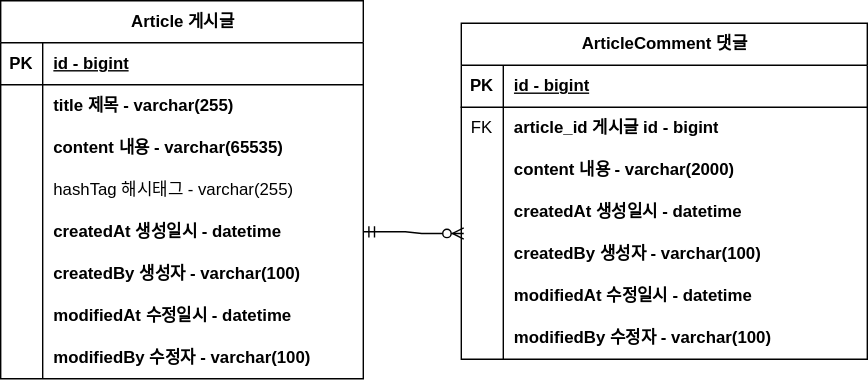
bluesyy/fastcampus-project-board keeps this draw.io diagram as document/project-board-erd.svg. Above is the earlier version. Source tidied: cells renumbered, new cells last; positions are measured from the earlier drawing's top-left corner, leaving out a move shared by most shapes.
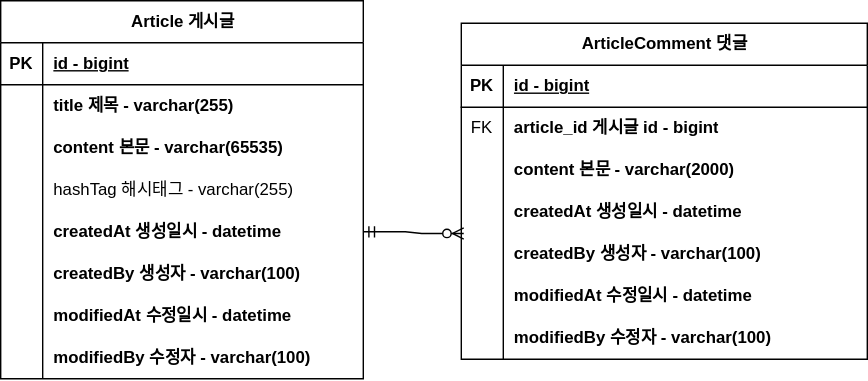
The same file after the commit.

Commit message:
#9 ERD 주석 업데이트 project-board-erd.svg

Change to the diagram source:
```diff
@@ -29,7 +29,7 @@
     <mxCell id="10" style="shape=partialRectangle;fillColor=none;top=0;left=0;bottom=0;right=0;overflow=hidden;whiteSpace=wrap;html=1;" parent="9" vertex="1">
       <mxGeometry width="30" height="30" as="geometry" />
     </mxCell>
-    <mxCell id="11" value="content 내용 - varchar(65535)" style="shape=partialRectangle;fillColor=none;top=0;left=0;bottom=0;right=0;align=left;spacingLeft=6;overflow=hidden;whiteSpace=wrap;html=1;fontStyle=1;" parent="9" vertex="1">
+    <mxCell id="11" value="content 본문 - varchar(65535)" style="shape=partialRectangle;fillColor=none;top=0;left=0;bottom=0;right=0;align=left;spacingLeft=6;overflow=hidden;whiteSpace=wrap;html=1;fontStyle=1;" parent="9" vertex="1">
       <mxGeometry x="30" width="229" height="30" as="geometry" />
     </mxCell>
     <mxCell id="12" style="shape=tableRow;horizontal=0;startSize=0;swimlaneHead=0;swimlaneBody=0;fillColor=none;top=0;left=0;right=0;bottom=0;" parent="2" vertex="1">
@@ -104,7 +104,7 @@
     <mxCell id="35" style="shape=partialRectangle;fillColor=none;top=0;left=0;bottom=0;right=0;overflow=hidden;whiteSpace=wrap;html=1;" parent="34" vertex="1">
       <mxGeometry width="30" height="30" as="geometry" />
     </mxCell>
-    <mxCell id="36" value="content 내용 - varchar(2000)" style="shape=partialRectangle;fillColor=none;top=0;left=0;bottom=0;right=0;align=left;spacingLeft=6;overflow=hidden;whiteSpace=wrap;html=1;fontStyle=1;" parent="34" vertex="1">
+    <mxCell id="36" value="content 본문 - varchar(2000)" style="shape=partialRectangle;fillColor=none;top=0;left=0;bottom=0;right=0;align=left;spacingLeft=6;overflow=hidden;whiteSpace=wrap;html=1;fontStyle=1;" parent="34" vertex="1">
       <mxGeometry x="30" width="260" height="30" as="geometry" />
     </mxCell>
     <mxCell id="37" style="shape=tableRow;horizontal=0;startSize=0;swimlaneHead=0;swimlaneBody=0;fillColor=none;top=0;left=0;right=0;bottom=0;" parent="27" vertex="1">
```
